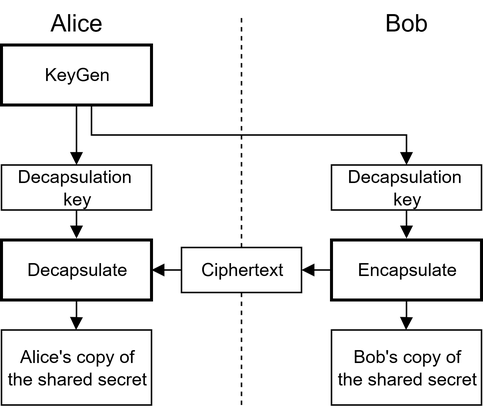
Earlier version of the draw.io export report/Images/KEM.png (Jaevii/wireguard-go-PQC). Source tidied: cells renumbered, new cells last; positions are measured from the earlier drawing's top-left corner, leaving out a move shared by most shapes.
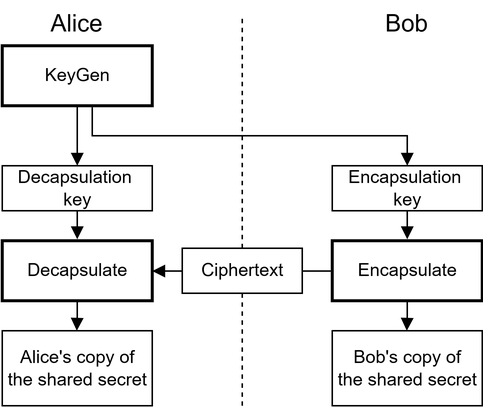
Later version of the same file.

The edit, as a diff of the source:
```diff
@@ -5,9 +5,6 @@
     <mxCell id="2" value="Encapsulate" style="html=1;points=[];perimeter=orthogonalPerimeter;outlineConnect=0;targetShapes=umlLifeline;portConstraint=eastwest;newEdgeStyle={&quot;edgeStyle&quot;:&quot;elbowEdgeStyle&quot;,&quot;elbow&quot;:&quot;vertical&quot;,&quot;curved&quot;:0,&quot;rounded&quot;:0};labelBorderColor=none;strokeWidth=2;strokeColor=light-dark(#000000,#000000);fontColor=light-dark(#000000,#000000);fillColor=light-dark(#FFFFFF,#FFFFFF);perimeterSpacing=1;" parent="1" vertex="1">
       <mxGeometry x="220" y="160" width="100" height="40" as="geometry" />
     </mxCell>
-    <mxCell id="3" style="edgeStyle=elbowEdgeStyle;curved=0;rounded=0;jettySize=auto;html=1;elbow=vertical;fontSize=12;startSize=8;endSize=8;" parent="1" edge="1" source="4" target="2">
-      <mxGeometry relative="1" as="geometry" />
-    </mxCell>
     <mxCell id="4" value="Decapsulate" style="html=1;points=[];perimeter=orthogonalPerimeter;outlineConnect=0;targetShapes=umlLifeline;portConstraint=eastwest;newEdgeStyle={&quot;edgeStyle&quot;:&quot;elbowEdgeStyle&quot;,&quot;elbow&quot;:&quot;vertical&quot;,&quot;curved&quot;:0,&quot;rounded&quot;:0};labelBorderColor=none;strokeWidth=2;strokeColor=light-dark(#000000,#000000);fontColor=light-dark(#000000,#000000);fillColor=light-dark(#FFFFFF,#FFFFFF);perimeterSpacing=1;" parent="1" vertex="1">
       <mxGeometry y="160" width="100" height="40" as="geometry" />
     </mxCell>
@@ -75,7 +72,7 @@
         </Array>
       </mxGeometry>
     </mxCell>
-    <mxCell id="17" value="Decapsulation&amp;nbsp;&lt;div&gt;key&lt;/div&gt;" style="html=1;points=[];perimeter=orthogonalPerimeter;outlineConnect=0;targetShapes=umlLifeline;portConstraint=eastwest;newEdgeStyle={&quot;edgeStyle&quot;:&quot;elbowEdgeStyle&quot;,&quot;elbow&quot;:&quot;vertical&quot;,&quot;curved&quot;:0,&quot;rounded&quot;:0};labelBorderColor=none;strokeWidth=1;strokeColor=light-dark(#000000,#000000);fontColor=light-dark(#000000,#000000);fillColor=light-dark(#FFFFFF,#FFFFFF);" parent="1" vertex="1">
+    <mxCell id="17" value="Encapsulation&amp;nbsp;&lt;div&gt;key&lt;/div&gt;" style="html=1;points=[];perimeter=orthogonalPerimeter;outlineConnect=0;targetShapes=umlLifeline;portConstraint=eastwest;newEdgeStyle={&quot;edgeStyle&quot;:&quot;elbowEdgeStyle&quot;,&quot;elbow&quot;:&quot;vertical&quot;,&quot;curved&quot;:0,&quot;rounded&quot;:0};labelBorderColor=none;strokeWidth=1;strokeColor=light-dark(#000000,#000000);fontColor=light-dark(#000000,#000000);fillColor=light-dark(#FFFFFF,#FFFFFF);" parent="1" vertex="1">
       <mxGeometry x="220" y="110" width="100" height="30" as="geometry" />
     </mxCell>
     <mxCell id="18" style="endArrow=none;dashed=1;html=1;rounded=0;fontSize=12;startSize=8;endSize=8;curved=1;strokeColor=light-dark(#000000,#000000);" parent="1" edge="1" target="19">
@@ -83,18 +80,8 @@
         <mxPoint x="160" y="270" as="sourcePoint" />
       </mxGeometry>
     </mxCell>
-    <mxCell id="19" value="Ciphertext" style="html=1;points=[];perimeter=orthogonalPerimeter;outlineConnect=0;targetShapes=umlLifeline;portConstraint=eastwest;newEdgeStyle={&quot;edgeStyle&quot;:&quot;elbowEdgeStyle&quot;,&quot;elbow&quot;:&quot;vertical&quot;,&quot;curved&quot;:0,&quot;rounded&quot;:0};labelBorderColor=none;strokeWidth=1;strokeColor=light-dark(#000000,#000000);fontColor=light-dark(#000000,#000000);fillColor=light-dark(#FFFFFF,#FFFFFF);" parent="1" vertex="1">
-      <mxGeometry x="120" y="165" width="80" height="30" as="geometry" />
-    </mxCell>
-    <mxCell id="20" style="html=1;verticalAlign=bottom;endArrow=block;edgeStyle=elbowEdgeStyle;elbow=vertical;curved=0;rounded=0;fontColor=light-dark(#000000,#000000);labelBorderColor=none;strokeWidth=1;strokeColor=light-dark(#000000,#000000);labelBackgroundColor=none;" parent="1" edge="1">
-      <mxGeometry relative="1" as="geometry">
-        <mxPoint x="220" y="180" as="sourcePoint" />
-        <mxPoint x="200" y="180" as="targetPoint" />
-      </mxGeometry>
-    </mxCell>
-    <mxCell id="21" style="html=1;verticalAlign=bottom;endArrow=block;edgeStyle=elbowEdgeStyle;elbow=vertical;curved=0;rounded=0;fontColor=light-dark(#000000,#000000);labelBorderColor=none;strokeWidth=1;strokeColor=light-dark(#000000,#000000);labelBackgroundColor=none;" parent="1" edge="1">
+    <mxCell id="21" style="html=1;verticalAlign=bottom;endArrow=block;edgeStyle=elbowEdgeStyle;elbow=vertical;curved=0;rounded=0;fontColor=light-dark(#000000,#000000);labelBorderColor=none;strokeWidth=1;strokeColor=light-dark(#000000,#000000);labelBackgroundColor=none;" parent="1" edge="1" source="2">
       <mxGeometry relative="1" as="geometry">
-        <mxPoint x="120" y="180" as="sourcePoint" />
         <mxPoint x="100" y="180" as="targetPoint" />
       </mxGeometry>
     </mxCell>
@@ -106,5 +93,8 @@
         </Array>
       </mxGeometry>
     </mxCell>
+    <mxCell id="19" value="Ciphertext" style="html=1;points=[];perimeter=orthogonalPerimeter;outlineConnect=0;targetShapes=umlLifeline;portConstraint=eastwest;newEdgeStyle={&quot;edgeStyle&quot;:&quot;elbowEdgeStyle&quot;,&quot;elbow&quot;:&quot;vertical&quot;,&quot;curved&quot;:0,&quot;rounded&quot;:0};labelBorderColor=none;strokeWidth=1;strokeColor=light-dark(#000000,#000000);fontColor=light-dark(#000000,#000000);fillColor=light-dark(#FFFFFF,#FFFFFF);" parent="1" vertex="1">
+      <mxGeometry x="120" y="165" width="80" height="30" as="geometry" />
+    </mxCell>
   </root>
 </mxGraphModel>
```
